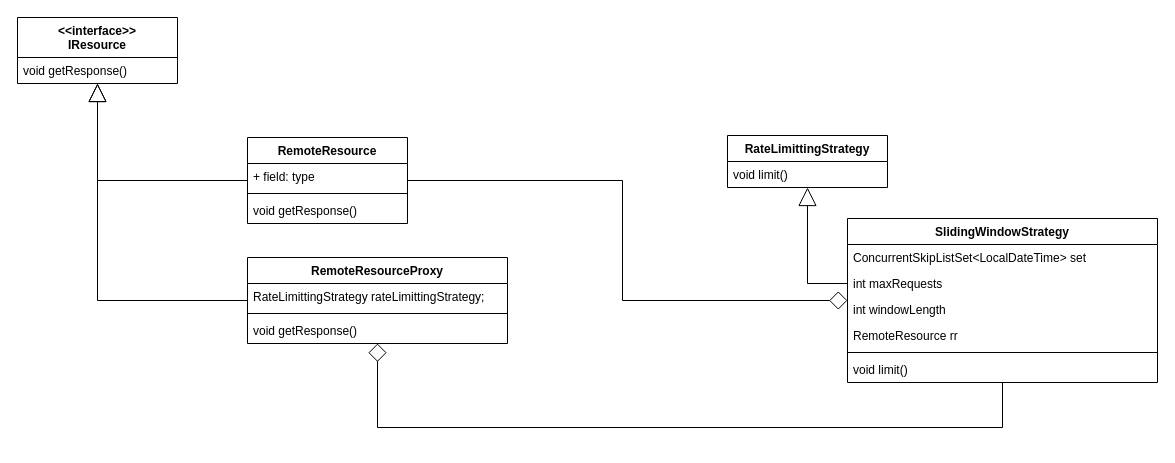
The draw.io diagram Rate_Limitter_LLD.drawio in akshat-code21/rate_limitter_lld, before the edit. Source tidied: cells renumbered, new cells numbered last; positions are measured from the earlier drawing's top-left corner, leaving out a move shared by most shapes. Both pictures are drawn from the tidied source at 100%, with x=0, y=0 at pixel (17, 17).
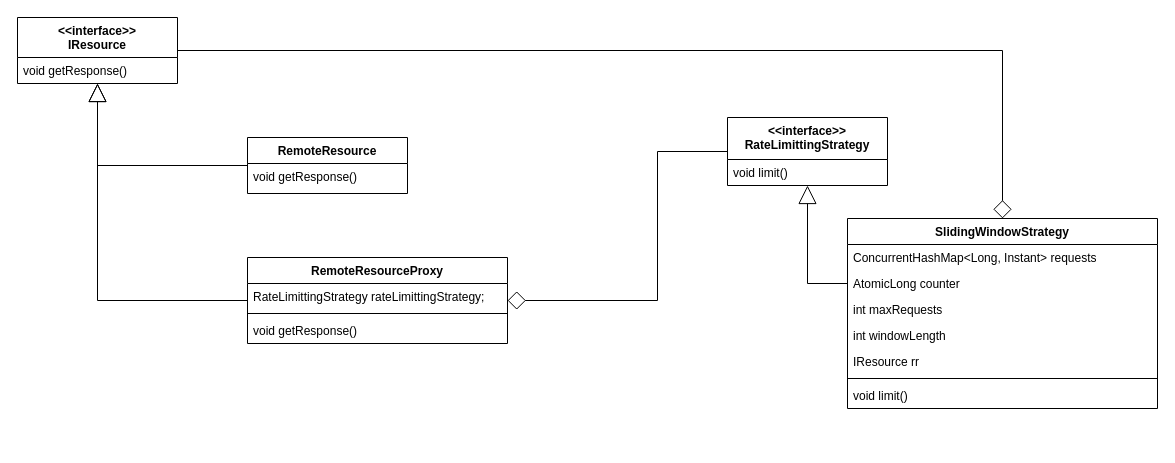
Above is the later version.

The change refers to these unchanged cells:
```xml
<mxCell id="2" value="&amp;lt;&amp;lt;interface&amp;gt;&amp;gt;&lt;div&gt;IResource&lt;/div&gt;&lt;div&gt;&lt;div&gt;&lt;br&gt;&lt;/div&gt;&lt;/div&gt;" style="swimlane;fontStyle=1;align=center;verticalAlign=top;horizontal=1;startSize=40;whiteSpace=wrap;html=1;" parent="1" vertex="1">
  <mxGeometry width="160" height="66" as="geometry" />
</mxCell>
<mxCell id="11" value="RemoteResourceProxy" style="swimlane;fontStyle=1;align=center;verticalAlign=top;horizontal=1;startSize=26;whiteSpace=wrap;html=1;" parent="1" vertex="1">
  <mxGeometry x="230" y="240" width="260" height="86" as="geometry" />
</mxCell>
```

The edit, as a diff of the source:
```diff
@@
-    <mxCell id="5" style="edgeStyle=orthogonalEdgeStyle;rounded=0;jettySize=auto;html=1;strokeColor=default;align=center;verticalAlign=middle;fontFamily=Helvetica;fontSize=11;fontColor=default;labelBackgroundColor=default;startSize=16;endArrow=diamond;endFill=0;endSize=16;" parent="1" edge="1" source="6" target="18">
-      <mxGeometry relative="1" as="geometry" />
+    <mxCell id="5" style="edgeStyle=orthogonalEdgeStyle;rounded=0;jettySize=auto;html=1;strokeColor=default;align=center;verticalAlign=middle;fontFamily=Helvetica;fontSize=11;fontColor=default;labelBackgroundColor=default;startSize=16;endArrow=diamond;endFill=0;endSize=16;" parent="1" edge="1" source="2" target="18">
+      <mxGeometry relative="1" as="geometry">
+        <Array as="points">
+          <mxPoint x="985" y="33" />
+        </Array>
+      </mxGeometry>
     </mxCell>
     <mxCell id="6" value="RemoteResource" style="swimlane;fontStyle=1;align=center;verticalAlign=top;horizontal=1;startSize=26;whiteSpace=wrap;html=1;" parent="1" vertex="1">
-      <mxGeometry x="230" y="120" width="160" height="86" as="geometry" />
+      <mxGeometry x="230" y="120" width="160" height="56" as="geometry" />
     </mxCell>
-    <mxCell id="7" value="+ field: type" style="text;strokeColor=none;fillColor=none;align=left;verticalAlign=top;spacingLeft=4;spacingRight=4;overflow=hidden;whiteSpace=wrap;html=1;" parent="6" vertex="1">
-      <mxGeometry y="26" width="160" height="26" as="geometry" />
-    </mxCell>
-    <mxCell id="8" style="line;strokeWidth=1;fillColor=none;align=left;verticalAlign=middle;spacingTop=-1;spacingLeft=3;spacingRight=3;labelPosition=right;strokeColor=inherit;" parent="6" vertex="1">
-      <mxGeometry y="52" width="160" height="8" as="geometry" />
-    </mxCell>
     <mxCell id="9" value="void getResponse()" style="text;strokeColor=none;fillColor=none;align=left;verticalAlign=top;spacingLeft=4;spacingRight=4;overflow=hidden;whiteSpace=wrap;html=1;" parent="6" vertex="1">
-      <mxGeometry y="60" width="160" height="26" as="geometry" />
+      <mxGeometry y="26" width="160" height="30" as="geometry" />
     </mxCell>
@@
-    <mxCell id="15" value="RateLimittingStrategy" style="swimlane;fontStyle=1;align=center;verticalAlign=top;horizontal=1;startSize=26;whiteSpace=wrap;html=1;" parent="1" vertex="1">
-      <mxGeometry x="710" y="118" width="160" height="52" as="geometry" />
+    <mxCell id="15" value="&lt;div&gt;&amp;lt;&amp;lt;interface&amp;gt;&amp;gt;&lt;/div&gt;RateLimittingStrategy" style="swimlane;fontStyle=1;align=center;verticalAlign=top;horizontal=1;startSize=42;whiteSpace=wrap;html=1;" parent="1" vertex="1">
+      <mxGeometry x="710" y="100" width="160" height="68" as="geometry" />
     </mxCell>
     <mxCell id="16" value="void limit()" style="text;strokeColor=none;fillColor=none;align=left;verticalAlign=top;spacingLeft=4;spacingRight=4;overflow=hidden;whiteSpace=wrap;html=1;" parent="15" vertex="1">
-      <mxGeometry y="26" width="160" height="26" as="geometry" />
+      <mxGeometry y="42" width="160" height="26" as="geometry" />
     </mxCell>
-    <mxCell id="17" style="edgeStyle=orthogonalEdgeStyle;rounded=0;jettySize=auto;html=1;endArrow=diamond;endFill=0;strokeColor=default;align=center;verticalAlign=middle;fontFamily=Helvetica;fontSize=11;fontColor=default;labelBackgroundColor=default;startSize=16;endSize=16;" parent="1" edge="1" source="18" target="11">
+    <mxCell id="17" style="edgeStyle=orthogonalEdgeStyle;rounded=0;jettySize=auto;html=1;endArrow=diamond;endFill=0;strokeColor=default;align=center;verticalAlign=middle;fontFamily=Helvetica;fontSize=11;fontColor=default;labelBackgroundColor=default;startSize=16;endSize=16;" parent="1" edge="1" source="15" target="11">
       <mxGeometry relative="1" as="geometry">
         <Array as="points">
-          <mxPoint x="985" y="410" />
-          <mxPoint x="360" y="410" />
+          <mxPoint x="640" y="134" />
+          <mxPoint x="640" y="283" />
         </Array>
       </mxGeometry>
     </mxCell>
     <mxCell id="18" value="SlidingWindowStrategy" style="swimlane;fontStyle=1;align=center;verticalAlign=top;horizontal=1;startSize=26;whiteSpace=wrap;html=1;" parent="1" vertex="1">
-      <mxGeometry x="830" y="201" width="310" height="164" as="geometry" />
+      <mxGeometry x="830" y="201" width="310" height="190" as="geometry" />
     </mxCell>
-    <mxCell id="19" value="ConcurrentSkipListSet&amp;lt;LocalDateTime&amp;gt; set" style="text;strokeColor=none;fillColor=none;align=left;verticalAlign=top;spacingLeft=4;spacingRight=4;overflow=hidden;whiteSpace=wrap;html=1;" parent="18" vertex="1">
+    <mxCell id="19" value="ConcurrentHashMap&amp;lt;Long, Instant&amp;gt; requests" style="text;strokeColor=none;fillColor=none;align=left;verticalAlign=top;spacingLeft=4;spacingRight=4;overflow=hidden;whiteSpace=wrap;html=1;" parent="18" vertex="1">
       <mxGeometry y="26" width="310" height="26" as="geometry" />
     </mxCell>
-    <mxCell id="20" value="int maxRequests" style="text;strokeColor=none;fillColor=none;align=left;verticalAlign=top;spacingLeft=4;spacingRight=4;overflow=hidden;points=[[0,0.5],[1,0.5]];portConstraint=eastwest;whiteSpace=wrap;html=1;" parent="18" vertex="1">
+    <mxCell id="20" value="AtomicLong counter" style="text;strokeColor=none;fillColor=none;align=left;verticalAlign=top;spacingLeft=4;spacingRight=4;overflow=hidden;points=[[0,0.5],[1,0.5]];portConstraint=eastwest;whiteSpace=wrap;html=1;" parent="18" vertex="1">
       <mxGeometry y="52" width="310" height="26" as="geometry" />
     </mxCell>
-    <mxCell id="21" value="int windowLength" style="text;strokeColor=none;fillColor=none;align=left;verticalAlign=top;spacingLeft=4;spacingRight=4;overflow=hidden;whiteSpace=wrap;html=1;" parent="18" vertex="1">
+    <mxCell id="21" value="int maxRequests" style="text;strokeColor=none;fillColor=none;align=left;verticalAlign=top;spacingLeft=4;spacingRight=4;overflow=hidden;whiteSpace=wrap;html=1;" parent="18" vertex="1">
       <mxGeometry y="78" width="310" height="26" as="geometry" />
     </mxCell>
-    <mxCell id="22" value="RemoteResource rr" style="text;strokeColor=none;fillColor=none;align=left;verticalAlign=top;spacingLeft=4;spacingRight=4;overflow=hidden;whiteSpace=wrap;html=1;" parent="18" vertex="1">
+    <mxCell id="22" value="int windowLength" style="text;strokeColor=none;fillColor=none;align=left;verticalAlign=top;spacingLeft=4;spacingRight=4;overflow=hidden;whiteSpace=wrap;html=1;" parent="18" vertex="1">
       <mxGeometry y="104" width="310" height="26" as="geometry" />
     </mxCell>
+    <mxCell id="26" value="IResource rr" style="text;strokeColor=none;fillColor=none;align=left;verticalAlign=top;spacingLeft=4;spacingRight=4;overflow=hidden;whiteSpace=wrap;html=1;" parent="18" vertex="1">
+      <mxGeometry y="130" width="310" height="26" as="geometry" />
+    </mxCell>
     <mxCell id="23" style="line;strokeWidth=1;fillColor=none;align=left;verticalAlign=middle;spacingTop=-1;spacingLeft=3;spacingRight=3;labelPosition=right;strokeColor=inherit;" parent="18" vertex="1">
-      <mxGeometry y="130" width="310" height="8" as="geometry" />
+      <mxGeometry y="156" width="310" height="8" as="geometry" />
     </mxCell>
     <mxCell id="24" value="void limit()" style="text;strokeColor=none;fillColor=none;align=left;verticalAlign=top;spacingLeft=4;spacingRight=4;overflow=hidden;whiteSpace=wrap;html=1;" parent="18" vertex="1">
-      <mxGeometry y="138" width="310" height="26" as="geometry" />
+      <mxGeometry y="164" width="310" height="26" as="geometry" />
     </mxCell>
```
